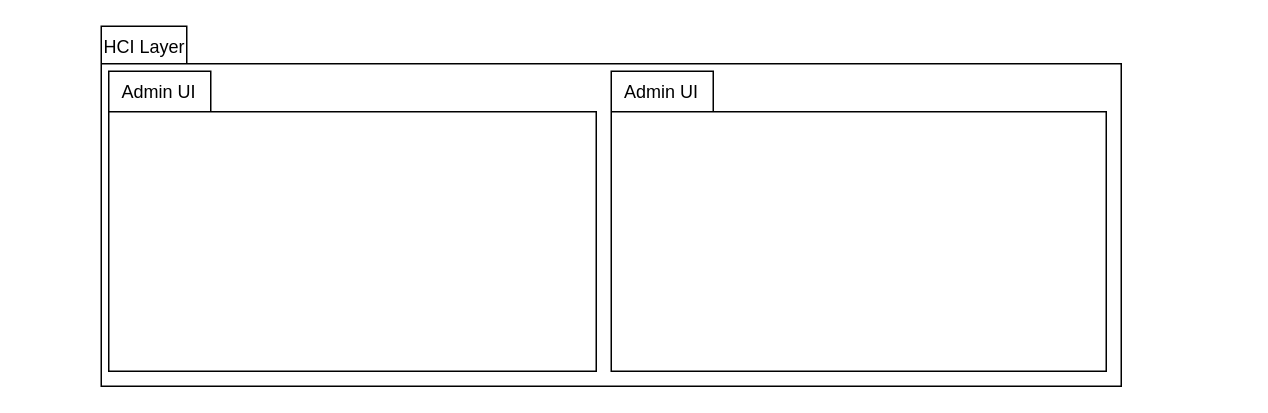
Before: Package Diagram.drawio in m-bassiri/HamyarApp, a draw.io diagram. Source tidied: cells renumbered, new cells numbered last; positions are measured from the earlier drawing's top-left corner, leaving out a move shared by most shapes. Both pictures are drawn from the tidied source at 150%, with x=0, y=0 at pixel (100, 26).
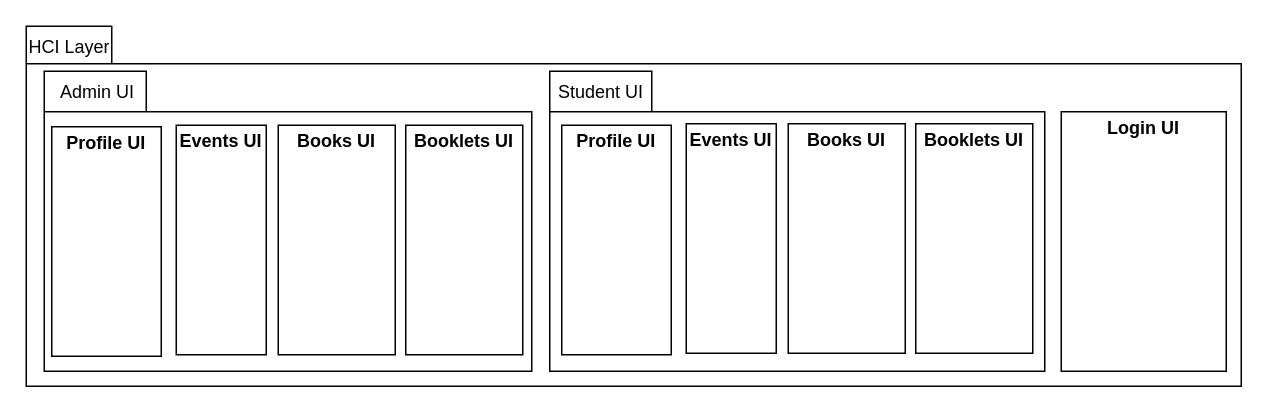
The same diagram, later.

Change to the diagram source:
```diff
@@
 <mxGraphModel>
   <root>
     <mxCell id="0" />
     <mxCell id="1" parent="0" />
     <mxCell id="2" style="shape=folder;fontStyle=1;spacingTop=10;tabWidth=57;tabHeight=25;tabPosition=left;html=1;" parent="1" vertex="1">
-      <mxGeometry width="680" height="240" as="geometry" />
+      <mxGeometry x="-50" width="810" height="240" as="geometry" />
     </mxCell>
     <mxCell id="3" value="HCI Layer" style="text;html=1;" parent="1" vertex="1">
-      <mxGeometry width="80" height="30" as="geometry" />
+      <mxGeometry x="-50" width="80" height="30" as="geometry" />
     </mxCell>
     <mxCell id="4" style="shape=folder;fontStyle=1;spacingTop=10;tabWidth=68;tabHeight=27;tabPosition=left;html=1;" parent="1" vertex="1">
-      <mxGeometry x="5" y="30" width="325" height="200" as="geometry" />
+      <mxGeometry x="-38" y="30" width="325" height="200" as="geometry" />
     </mxCell>
     <mxCell id="5" value="Admin UI" style="text;html=1;" parent="1" vertex="1">
-      <mxGeometry x="12" y="30" width="70" height="30" as="geometry" />
+      <mxGeometry x="-29" y="30" width="70" height="30" as="geometry" />
     </mxCell>
     <mxCell id="6" style="shape=folder;fontStyle=1;spacingTop=10;tabWidth=68;tabHeight=27;tabPosition=left;html=1;" parent="1" vertex="1">
-      <mxGeometry x="340" y="30" width="330" height="200" as="geometry" />
+      <mxGeometry x="299" y="30" width="330" height="200" as="geometry" />
     </mxCell>
-    <mxCell id="7" value="Admin UI" style="text;html=1;" parent="1" vertex="1">
-      <mxGeometry x="347" y="30" width="70" height="30" as="geometry" />
+    <mxCell id="7" value="Student UI" style="text;html=1;" parent="1" vertex="1">
+      <mxGeometry x="303" y="30" width="70" height="30" as="geometry" />
     </mxCell>
+    <mxCell id="8" value="&lt;p style=&quot;margin: 0px ; margin-top: 4px ; text-align: center&quot;&gt;&lt;b&gt;Login UI&lt;/b&gt;&lt;/p&gt;" style="verticalAlign=top;align=left;overflow=fill;fontSize=12;fontFamily=Helvetica;html=1;" parent="1" vertex="1">
+      <mxGeometry x="640" y="57" width="110" height="173" as="geometry" />
+    </mxCell>
+    <mxCell id="9" value="&lt;p style=&quot;margin: 0px ; margin-top: 4px ; text-align: center&quot;&gt;&lt;b&gt;Profile UI&lt;/b&gt;&lt;/p&gt;" style="verticalAlign=top;align=left;overflow=fill;fontSize=12;fontFamily=Helvetica;html=1;" parent="1" vertex="1">
+      <mxGeometry x="-33" y="67" width="73" height="153" as="geometry" />
+    </mxCell>
+    <mxCell id="10" value="&lt;p style=&quot;margin: 0px ; margin-top: 4px ; text-align: center&quot;&gt;&lt;b&gt;Events UI&lt;/b&gt;&lt;/p&gt;" style="verticalAlign=top;align=left;overflow=fill;fontSize=12;fontFamily=Helvetica;html=1;" parent="1" vertex="1">
+      <mxGeometry x="50" y="66" width="60" height="153" as="geometry" />
+    </mxCell>
+    <mxCell id="11" value="&lt;p style=&quot;margin: 0px ; margin-top: 4px ; text-align: center&quot;&gt;&lt;b&gt;Books UI&lt;/b&gt;&lt;/p&gt;" style="verticalAlign=top;align=left;overflow=fill;fontSize=12;fontFamily=Helvetica;html=1;" parent="1" vertex="1">
+      <mxGeometry x="118" y="66" width="78" height="153" as="geometry" />
+    </mxCell>
+    <mxCell id="12" value="&lt;p style=&quot;margin: 0px ; margin-top: 4px ; text-align: center&quot;&gt;&lt;b&gt;Booklets UI&lt;/b&gt;&lt;/p&gt;" style="verticalAlign=top;align=left;overflow=fill;fontSize=12;fontFamily=Helvetica;html=1;" parent="1" vertex="1">
+      <mxGeometry x="203" y="66" width="78" height="153" as="geometry" />
+    </mxCell>
+    <mxCell id="13" value="&lt;p style=&quot;margin: 0px ; margin-top: 4px ; text-align: center&quot;&gt;&lt;b&gt;Profile UI&lt;/b&gt;&lt;/p&gt;" style="verticalAlign=top;align=left;overflow=fill;fontSize=12;fontFamily=Helvetica;html=1;" parent="1" vertex="1">
+      <mxGeometry x="307" y="66" width="73" height="153" as="geometry" />
+    </mxCell>
+    <mxCell id="14" value="&lt;p style=&quot;margin: 0px ; margin-top: 4px ; text-align: center&quot;&gt;&lt;b&gt;Events UI&lt;/b&gt;&lt;/p&gt;" style="verticalAlign=top;align=left;overflow=fill;fontSize=12;fontFamily=Helvetica;html=1;" parent="1" vertex="1">
+      <mxGeometry x="390" y="65" width="60" height="153" as="geometry" />
+    </mxCell>
+    <mxCell id="15" value="&lt;p style=&quot;margin: 0px ; margin-top: 4px ; text-align: center&quot;&gt;&lt;b&gt;Books UI&lt;/b&gt;&lt;/p&gt;" style="verticalAlign=top;align=left;overflow=fill;fontSize=12;fontFamily=Helvetica;html=1;" parent="1" vertex="1">
+      <mxGeometry x="458" y="65" width="78" height="153" as="geometry" />
+    </mxCell>
+    <mxCell id="16" value="&lt;p style=&quot;margin: 0px ; margin-top: 4px ; text-align: center&quot;&gt;&lt;b&gt;Booklets UI&lt;/b&gt;&lt;/p&gt;" style="verticalAlign=top;align=left;overflow=fill;fontSize=12;fontFamily=Helvetica;html=1;" parent="1" vertex="1">
+      <mxGeometry x="543" y="65" width="78" height="153" as="geometry" />
+    </mxCell>
   </root>
 </mxGraphModel>
```
